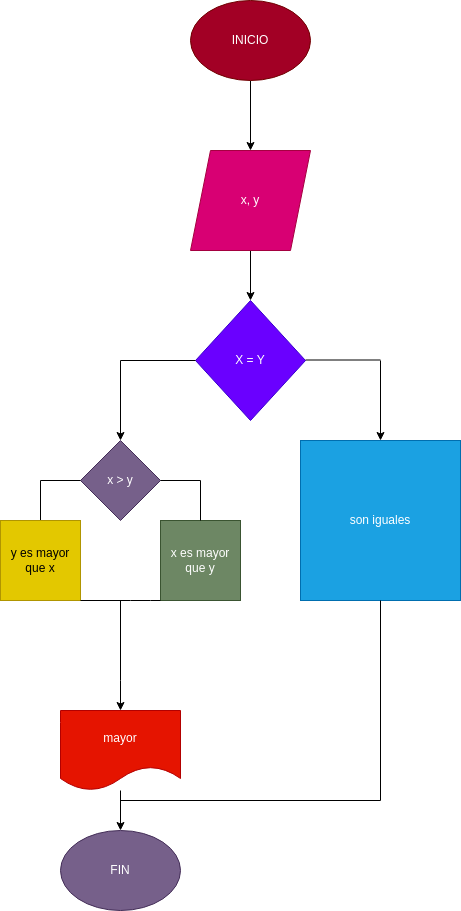
jonathanbenitezmayorga/mayor_enteros keeps this draw.io diagram as diagrama.png. Above is the earlier version. Source tidied: cells renumbered, new cells last; positions are measured from the earlier drawing's top-left corner, leaving out a move shared by most shapes.
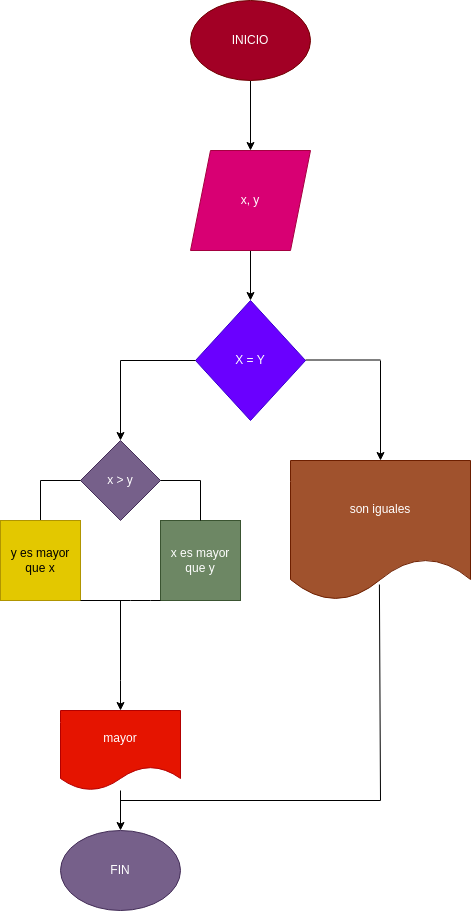
After the change.

Commit message:
Se agregan los cambios

The edit, as a diff of the source:
```diff
@@ -36,15 +36,11 @@
         <mxPoint x="380" y="359.5" as="targetPoint" />
       </mxGeometry>
     </mxCell>
-    <mxCell id="9" style="endArrow=classic;html=1;" parent="1" edge="1">
+    <mxCell id="9" style="endArrow=classic;html=1;entryX=0.5;entryY=0;entryDx=0;entryDy=0;" parent="1" edge="1" target="10">
       <mxGeometry relative="1" as="geometry">
         <mxPoint x="380" y="360" as="sourcePoint" />
-        <mxPoint x="380" y="440" as="targetPoint" />
       </mxGeometry>
     </mxCell>
-    <mxCell id="10" value="son iguales" style="whiteSpace=wrap;html=1;fillColor=#1ba1e2;fontColor=#ffffff;strokeColor=#006EAF;" parent="1" vertex="1">
-      <mxGeometry x="300" y="440" width="160" height="160" as="geometry" />
-    </mxCell>
     <mxCell id="11" style="endArrow=none;html=1;" parent="1" edge="1">
       <mxGeometry relative="1" as="geometry">
         <mxPoint x="120" y="680" as="sourcePoint" />
@@ -111,10 +107,9 @@
         </Array>
       </mxGeometry>
     </mxCell>
-    <mxCell id="25" style="endArrow=none;html=1;" parent="1" edge="1">
+    <mxCell id="25" style="endArrow=none;html=1;entryX=0.494;entryY=0.886;entryDx=0;entryDy=0;entryPerimeter=0;" parent="1" edge="1" target="10">
       <mxGeometry relative="1" as="geometry">
         <mxPoint x="380" y="800" as="sourcePoint" />
-        <mxPoint x="380" y="600" as="targetPoint" />
       </mxGeometry>
     </mxCell>
     <mxCell id="26" style="endArrow=none;html=1;" parent="1" edge="1">
@@ -123,5 +118,8 @@
         <mxPoint x="380" y="800" as="targetPoint" />
       </mxGeometry>
     </mxCell>
+    <mxCell id="10" value="son iguales" style="shape=document;whiteSpace=wrap;html=1;boundedLbl=1;fillColor=#a0522d;fontColor=#ffffff;strokeColor=#6D1F00;" parent="1" vertex="1">
+      <mxGeometry x="290" y="460" width="180" height="140" as="geometry" />
+    </mxCell>
   </root>
 </mxGraphModel>
```
